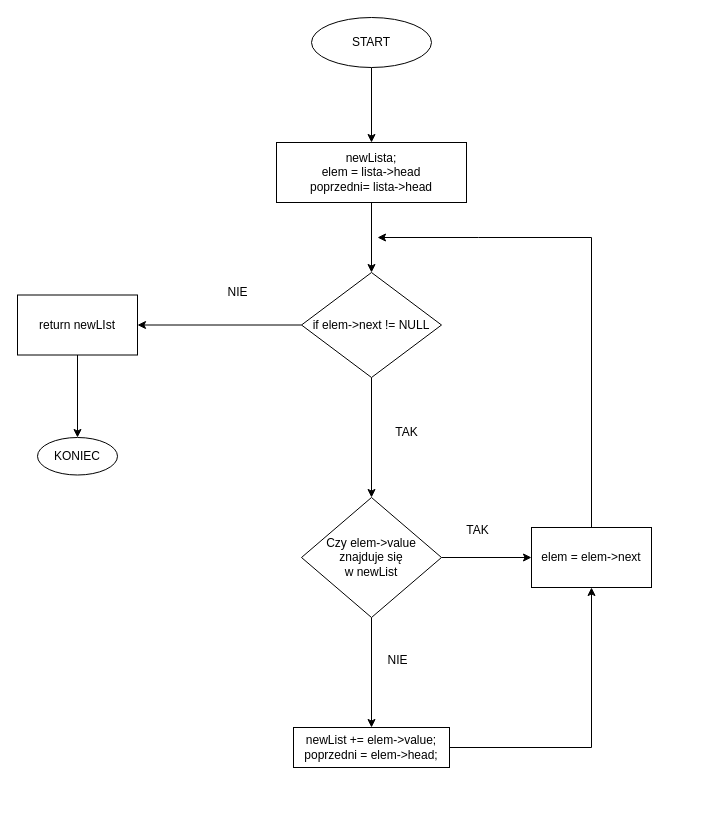
Earlier version of the draw.io diagram page "Zadanie 6" (7 of 13) of Diagram bez tytułu.drawio (Pawel-Lechki/algorytmy-cwiczenia). Source tidied: cells renumbered, new cells numbered last; positions are measured from the earlier drawing's top-left corner, leaving out a move shared by most shapes. Both pictures are drawn from the tidied source at 100%, with x=0, y=0 at pixel (17, 17).
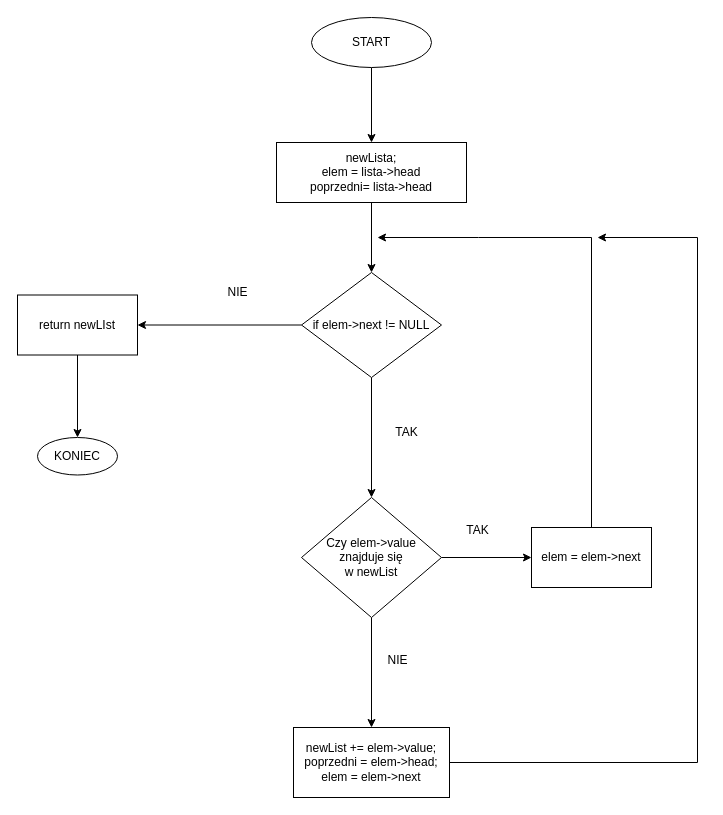
The same page after the edit.

The change refers to these unchanged cells:
```xml
<mxCell id="16" value="elem = elem-&amp;gt;next" style="whiteSpace=wrap;html=1;" parent="1" vertex="1">
  <mxGeometry x="514" y="510" width="120" height="60" as="geometry" />
</mxCell>
```

Change to the diagram source:
```diff
@@
-    <mxCell id="18" style="edgeStyle=orthogonalEdgeStyle;rounded=0;jettySize=auto;html=1;entryX=0.5;entryY=1;entryDx=0;entryDy=0;" parent="1" edge="1" source="19" target="16">
-      <mxGeometry relative="1" as="geometry" />
+    <mxCell id="18" style="edgeStyle=orthogonalEdgeStyle;rounded=0;jettySize=auto;html=1;" parent="1" edge="1" source="19">
+      <mxGeometry relative="1" as="geometry">
+        <mxPoint x="580" y="220" as="targetPoint" />
+        <Array as="points">
+          <mxPoint x="680" y="745" />
+          <mxPoint x="680" y="220" />
+        </Array>
+      </mxGeometry>
     </mxCell>
-    <mxCell id="19" value="newList += elem-&amp;gt;value;&lt;br&gt;poprzedni = elem-&amp;gt;head;&lt;br&gt;" style="whiteSpace=wrap;html=1;" parent="1" vertex="1">
-      <mxGeometry x="276" y="710" width="156" height="40" as="geometry" />
+    <mxCell id="19" value="newList += elem-&amp;gt;value;&lt;br&gt;poprzedni = elem-&amp;gt;head;&lt;br&gt;elem = elem-&amp;gt;next" style="whiteSpace=wrap;html=1;" parent="1" vertex="1">
+      <mxGeometry x="276" y="710" width="156" height="70" as="geometry" />
     </mxCell>
```
